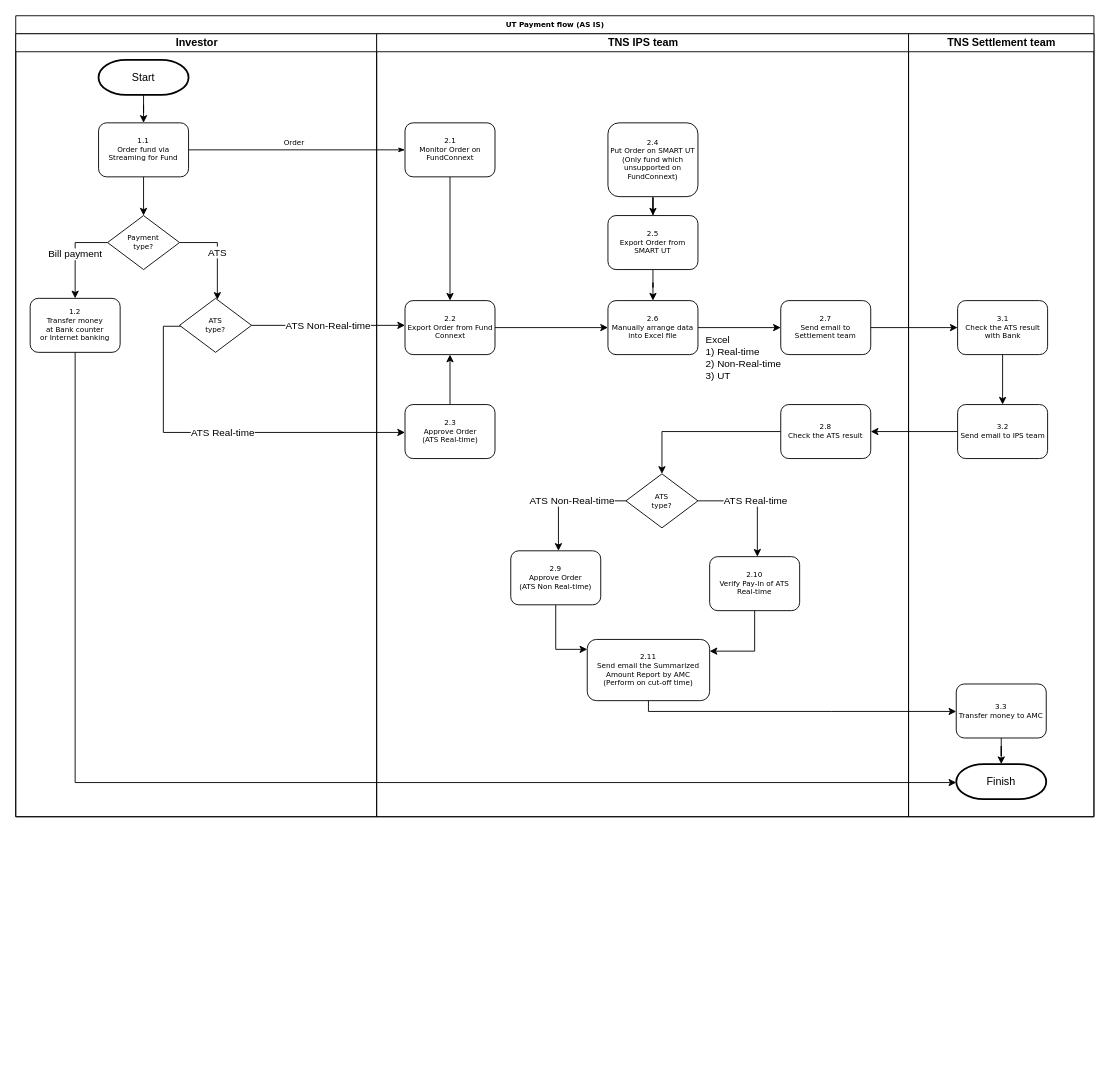
The draw.io diagram page "Payment-AS-IS" (3 of 5) of UT Diagram.drawio in peerapongdev/diagrams, before the edit. Source tidied: cells renumbered, new cells numbered last; positions are measured from the earlier drawing's top-left corner, leaving out a move shared by most shapes. Both pictures are drawn from the tidied source at 90%, with x=0, y=0 at pixel (15, 15).
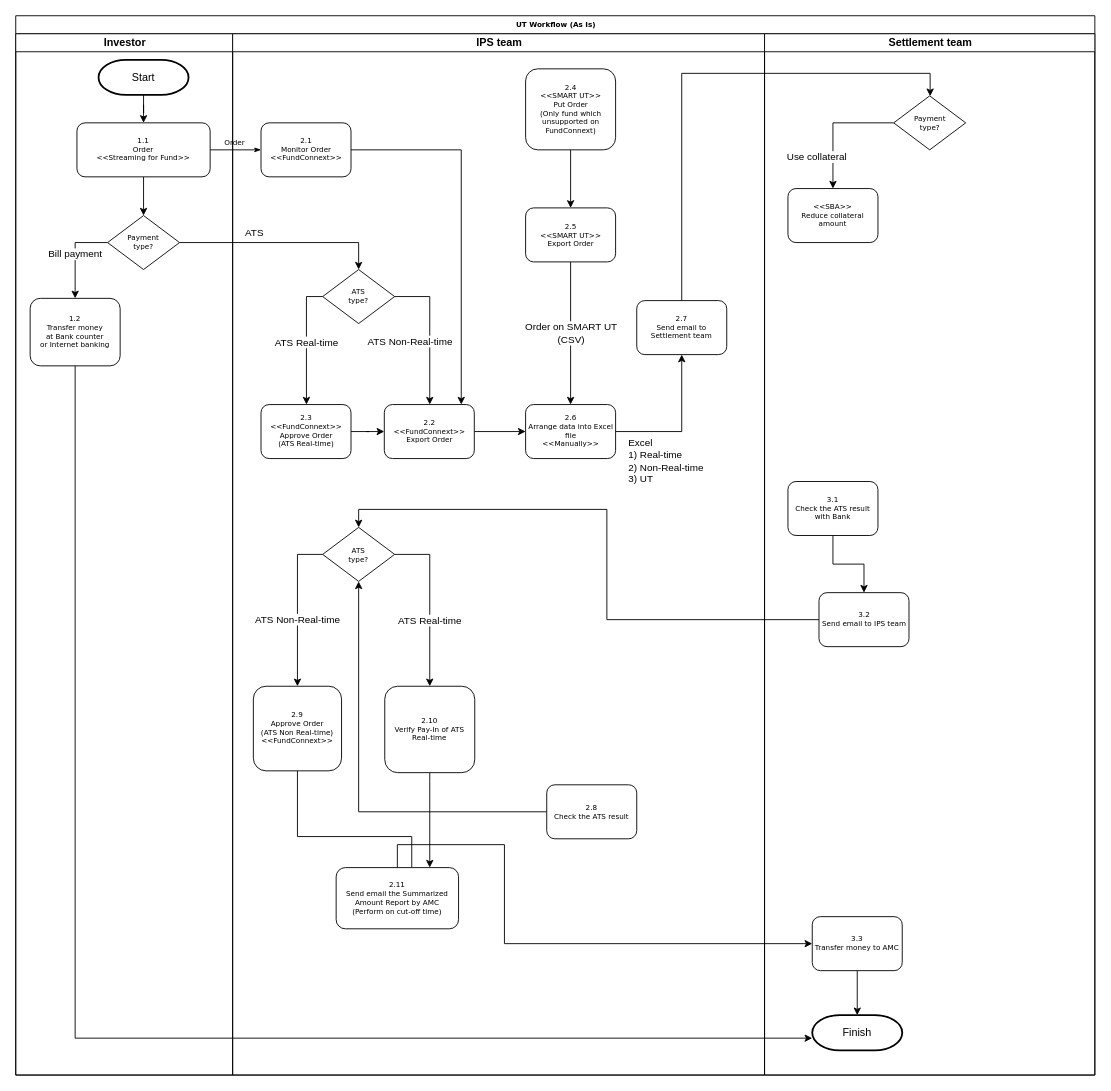
Above is the later version.

Unchanged cells that the change refers to:
```xml
<mxCell id="9" value="Payment&lt;br&gt;type?" style="rhombus;whiteSpace=wrap;html=1;rounded=0;shadow=0;labelBackgroundColor=none;strokeColor=#000000;strokeWidth=1;fillColor=#ffffff;fontFamily=Verdana;fontSize=8;fontColor=#000000;align=center;" parent="4" vertex="1">
  <mxGeometry x="102" y="202" width="80" height="60" as="geometry" />
</mxCell>
<mxCell id="24" value="2.7&lt;br&gt;Send email to Settlement team" style="rounded=1;whiteSpace=wrap;html=1;shadow=0;labelBackgroundColor=none;strokeColor=#000000;strokeWidth=1;fillColor=#ffffff;fontFamily=Verdana;fontSize=8;fontColor=#000000;align=center;" parent="15" vertex="1">
  <mxGeometry x="449" y="296.5" width="100" height="60" as="geometry" />
</mxCell>
```

Change to the diagram source:
```diff
@@
-    <mxCell id="2" value="UT Payment flow (AS IS)" style="swimlane;html=1;startSize=20;rounded=0;shadow=0;labelBackgroundColor=none;strokeColor=#000000;strokeWidth=1;fillColor=#ffffff;fontFamily=Verdana;fontSize=8;fontColor=#000000;align=center;" parent="1" vertex="1">
-      <mxGeometry width="1198" height="890" as="geometry" />
+    <mxCell id="2" value="UT Workflow (As Is)" style="swimlane;html=1;startSize=20;rounded=0;shadow=0;labelBackgroundColor=none;strokeColor=#000000;strokeWidth=1;fillColor=#ffffff;fontFamily=Verdana;fontSize=8;fontColor=#000000;align=center;" parent="1" vertex="1">
+      <mxGeometry width="1199" height="1177" as="geometry" />
     </mxCell>
@@
     <mxCell id="4" value="Investor" style="swimlane;html=1;startSize=20;" parent="2" vertex="1">
-      <mxGeometry y="20" width="401" height="870" as="geometry" />
+      <mxGeometry y="20" width="241" height="1157" as="geometry" />
     </mxCell>
@@
-    <mxCell id="6" value="1.1&lt;br&gt;Order fund via Streaming for Fund" style="rounded=1;whiteSpace=wrap;html=1;shadow=0;labelBackgroundColor=none;strokeColor=#000000;strokeWidth=1;fillColor=#ffffff;fontFamily=Verdana;fontSize=8;fontColor=#000000;align=center;" parent="4" vertex="1">
-      <mxGeometry x="92" y="99" width="100" height="60" as="geometry" />
+    <mxCell id="6" value="1.1&lt;br&gt;Order &lt;br&gt;&amp;lt;&amp;lt;Streaming for Fund&amp;gt;&amp;gt;" style="rounded=1;whiteSpace=wrap;html=1;shadow=0;labelBackgroundColor=none;strokeColor=#000000;strokeWidth=1;fillColor=#ffffff;fontFamily=Verdana;fontSize=8;fontColor=#000000;align=center;" parent="4" vertex="1">
+      <mxGeometry x="68" y="99" width="148" height="60" as="geometry" />
     </mxCell>
@@
-    <mxCell id="8" value="ATS" style="edgeStyle=orthogonalEdgeStyle;rounded=0;jettySize=auto;html=1;" parent="4" edge="1" source="9" target="11">
-      <mxGeometry relative="1" as="geometry">
-        <Array as="points">
-          <mxPoint x="224" y="232" />
-        </Array>
-      </mxGeometry>
-    </mxCell>
@@
     <mxCell id="10" value="1.2&lt;br&gt;Transfer money &lt;br&gt;at Bank counter&lt;br&gt;or Internet banking&lt;br&gt;" style="rounded=1;whiteSpace=wrap;html=1;shadow=0;labelBackgroundColor=none;strokeColor=#000000;strokeWidth=1;fillColor=#ffffff;fontFamily=Verdana;fontSize=8;fontColor=#000000;align=center;" parent="4" vertex="1">
-      <mxGeometry x="16" y="294" width="100" height="60" as="geometry" />
+      <mxGeometry x="16" y="294" width="100" height="75" as="geometry" />
     </mxCell>
-    <mxCell id="11" value="ATS&lt;br&gt;type?" style="rhombus;whiteSpace=wrap;html=1;rounded=0;shadow=0;labelBackgroundColor=none;strokeColor=#000000;strokeWidth=1;fillColor=#ffffff;fontFamily=Verdana;fontSize=8;fontColor=#000000;align=center;" parent="4" vertex="1">
-      <mxGeometry x="182" y="294" width="80" height="60" as="geometry" />
-    </mxCell>
@@
-    <mxCell id="14" style="edgeStyle=orthogonalEdgeStyle;rounded=0;jettySize=auto;html=1;" parent="2" edge="1" source="42" target="26">
+    <mxCell id="14" style="edgeStyle=orthogonalEdgeStyle;rounded=0;jettySize=auto;html=1;entryX=0.5;entryY=0;entryDx=0;entryDy=0;" parent="2" edge="1" source="42" target="29">
       <mxGeometry relative="1" as="geometry" />
     </mxCell>
-    <mxCell id="15" value="TNS IPS team" style="swimlane;html=1;startSize=20;" parent="2" vertex="1">
-      <mxGeometry x="401" y="20" width="591" height="870" as="geometry" />
+    <mxCell id="15" value="IPS team" style="swimlane;html=1;startSize=20;" parent="2" vertex="1">
+      <mxGeometry x="241" y="20" width="591" height="1157" as="geometry" />
     </mxCell>
     <mxCell id="16" style="edgeStyle=orthogonalEdgeStyle;rounded=0;jettySize=auto;html=1;" parent="15" edge="1" source="17" target="21">
-      <mxGeometry relative="1" as="geometry" />
+      <mxGeometry relative="1" as="geometry">
+        <Array as="points">
+          <mxPoint x="254" y="129" />
+        </Array>
+      </mxGeometry>
     </mxCell>
-    <mxCell id="17" value="2.1&lt;br&gt;Monitor Order on FundConnext" style="rounded=1;whiteSpace=wrap;html=1;shadow=0;labelBackgroundColor=none;strokeColor=#000000;strokeWidth=1;fillColor=#ffffff;fontFamily=Verdana;fontSize=8;fontColor=#000000;align=center;" parent="15" vertex="1">
+    <mxCell id="17" value="2.1&lt;br&gt;Monitor Order&lt;br&gt;&amp;lt;&amp;lt;FundConnext&amp;gt;&amp;gt;" style="rounded=1;whiteSpace=wrap;html=1;shadow=0;labelBackgroundColor=none;strokeColor=#000000;strokeWidth=1;fillColor=#ffffff;fontFamily=Verdana;fontSize=8;fontColor=#000000;align=center;" parent="15" vertex="1">
       <mxGeometry x="31.5" y="99" width="100" height="60" as="geometry" />
     </mxCell>
@@
-    <mxCell id="19" value="2.3&lt;br&gt;Approve Order&lt;br&gt;(ATS Real-time)&lt;br&gt;" style="rounded=1;whiteSpace=wrap;html=1;shadow=0;labelBackgroundColor=none;strokeColor=#000000;strokeWidth=1;fillColor=#ffffff;fontFamily=Verdana;fontSize=8;fontColor=#000000;align=center;" parent="15" vertex="1">
+    <mxCell id="19" value="2.3&lt;br&gt;&lt;span&gt;&amp;lt;&amp;lt;FundConnext&amp;gt;&amp;gt;&lt;/span&gt;&lt;br&gt;Approve Order&lt;br&gt;(ATS Real-time)&lt;br&gt;" style="rounded=1;whiteSpace=wrap;html=1;shadow=0;labelBackgroundColor=none;strokeColor=#000000;strokeWidth=1;fillColor=#ffffff;fontFamily=Verdana;fontSize=8;fontColor=#000000;align=center;" parent="15" vertex="1">
       <mxGeometry x="31.5" y="412" width="100" height="60" as="geometry" />
     </mxCell>
     <mxCell id="20" style="edgeStyle=orthogonalEdgeStyle;rounded=0;jettySize=auto;html=1;" parent="15" edge="1" source="21" target="23">
-      <mxGeometry relative="1" as="geometry" />
+      <mxGeometry relative="1" as="geometry">
+        <Array as="points">
+          <mxPoint x="367" y="442" />
+        </Array>
+      </mxGeometry>
     </mxCell>
-    <mxCell id="21" value="2.2&lt;br&gt;Export Order from Fund Connext" style="rounded=1;whiteSpace=wrap;html=1;shadow=0;labelBackgroundColor=none;strokeColor=#000000;strokeWidth=1;fillColor=#ffffff;fontFamily=Verdana;fontSize=8;fontColor=#000000;align=center;" parent="15" vertex="1">
-      <mxGeometry x="31.5" y="296.5" width="100" height="60" as="geometry" />
+    <mxCell id="21" value="2.2&lt;br&gt;&lt;span&gt;&amp;lt;&amp;lt;FundConnext&amp;gt;&amp;gt;&lt;/span&gt;&lt;br&gt;Export Order&lt;br&gt;" style="rounded=1;whiteSpace=wrap;html=1;shadow=0;labelBackgroundColor=none;strokeColor=#000000;strokeWidth=1;fillColor=#ffffff;fontFamily=Verdana;fontSize=8;fontColor=#000000;align=center;" parent="15" vertex="1">
+      <mxGeometry x="168.5" y="412" width="100" height="60" as="geometry" />
     </mxCell>
@@
-    <mxCell id="23" value="2.6&lt;br&gt;Manually arrange data into Excel file" style="rounded=1;whiteSpace=wrap;html=1;shadow=0;labelBackgroundColor=none;strokeColor=#000000;strokeWidth=1;fillColor=#ffffff;fontFamily=Verdana;fontSize=8;fontColor=#000000;align=center;" parent="15" vertex="1">
-      <mxGeometry x="257" y="296.5" width="100" height="60" as="geometry" />
+    <mxCell id="23" value="2.6&lt;br&gt;Arrange data into Excel file&lt;br&gt;&amp;lt;&amp;lt;&lt;span&gt;Manually&amp;gt;&amp;gt;&lt;/span&gt;&lt;br&gt;" style="rounded=1;whiteSpace=wrap;html=1;shadow=0;labelBackgroundColor=none;strokeColor=#000000;strokeWidth=1;fillColor=#ffffff;fontFamily=Verdana;fontSize=8;fontColor=#000000;align=center;" parent="15" vertex="1">
+      <mxGeometry x="325.5" y="412" width="100" height="60" as="geometry" />
     </mxCell>
@@
     <mxCell id="26" value="2.8&lt;br&gt;Check the ATS result" style="rounded=1;whiteSpace=wrap;html=1;shadow=0;labelBackgroundColor=none;strokeColor=#000000;strokeWidth=1;fillColor=#ffffff;fontFamily=Verdana;fontSize=8;fontColor=#000000;align=center;" parent="15" vertex="1">
-      <mxGeometry x="449" y="412" width="100" height="60" as="geometry" />
+      <mxGeometry x="349" y="834.5" width="100" height="60" as="geometry" />
     </mxCell>
     <mxCell id="27" value="ATS Non-Real-time" style="edgeStyle=orthogonalEdgeStyle;rounded=0;jettySize=auto;html=1;" parent="15" edge="1" source="29" target="31">
-      <mxGeometry x="-0.08" relative="1" as="geometry">
+      <mxGeometry x="-0.15" y="26" relative="1" as="geometry">
         <Array as="points">
-          <mxPoint x="202" y="519" />
+          <mxPoint x="72" y="579" />
         </Array>
+        <mxPoint x="-26" y="26" as="offset" />
       </mxGeometry>
     </mxCell>
     <mxCell id="28" value="ATS Real-time" style="edgeStyle=orthogonalEdgeStyle;rounded=0;jettySize=auto;html=1;" parent="15" edge="1" source="29" target="38">
-      <mxGeometry relative="1" as="geometry">
+      <mxGeometry x="0.21" relative="1" as="geometry">
         <Array as="points">
-          <mxPoint x="423" y="519" />
+          <mxPoint x="219" y="579" />
         </Array>
       </mxGeometry>
     </mxCell>
     <mxCell id="29" value="ATS&lt;br&gt;type?" style="rhombus;whiteSpace=wrap;html=1;rounded=0;shadow=0;labelBackgroundColor=none;strokeColor=#000000;strokeWidth=1;fillColor=#ffffff;fontFamily=Verdana;fontSize=8;fontColor=#000000;align=center;" parent="15" vertex="1">
-      <mxGeometry x="277" y="489" width="80" height="60" as="geometry" />
+      <mxGeometry x="100" y="548.5" width="80" height="60" as="geometry" />
     </mxCell>
-    <mxCell id="30" style="edgeStyle=orthogonalEdgeStyle;rounded=0;jettySize=auto;html=1;" parent="15" edge="1" source="31" target="36">
+    <mxCell id="30" style="edgeStyle=orthogonalEdgeStyle;rounded=0;jettySize=auto;html=1;entryX=0;entryY=0.5;entryDx=0;entryDy=0;" parent="15" edge="1" source="31" target="36">
       <mxGeometry relative="1" as="geometry">
         <Array as="points">
-          <mxPoint x="199" y="684" />
+          <mxPoint x="199" y="892" />
         </Array>
       </mxGeometry>
     </mxCell>
-    <mxCell id="31" value="2.9&lt;br&gt;Approve Order&lt;br&gt;(ATS Non Real-time)&lt;br&gt;" style="rounded=1;whiteSpace=wrap;html=1;shadow=0;labelBackgroundColor=none;strokeColor=#000000;strokeWidth=1;fillColor=#ffffff;fontFamily=Verdana;fontSize=8;fontColor=#000000;align=center;" parent="15" vertex="1">
-      <mxGeometry x="149" y="574.5" width="100" height="60" as="geometry" />
+    <mxCell id="31" value="2.9&lt;br&gt;Approve Order&lt;br&gt;(ATS Non Real-time)&lt;br&gt;&lt;span&gt;&amp;lt;&amp;lt;FundConnext&amp;gt;&amp;gt;&lt;/span&gt;&lt;br&gt;" style="rounded=1;whiteSpace=wrap;html=1;shadow=0;labelBackgroundColor=none;strokeColor=#000000;strokeWidth=1;fillColor=#ffffff;fontFamily=Verdana;fontSize=8;fontColor=#000000;align=center;" parent="15" vertex="1">
+      <mxGeometry x="23" y="725" width="98" height="94" as="geometry" />
     </mxCell>
-    <mxCell id="32" style="edgeStyle=orthogonalEdgeStyle;rounded=0;jettySize=auto;html=1;" parent="15" edge="1" source="33" target="23">
+    <mxCell id="32" value="Order on SMART UT&lt;br&gt;(CSV)&lt;br&gt;" style="edgeStyle=orthogonalEdgeStyle;rounded=0;jettySize=auto;html=1;" parent="15" edge="1" source="33" target="23">
       <mxGeometry relative="1" as="geometry" />
     </mxCell>
-    <mxCell id="33" value="2.5&lt;br&gt;Export Order from SMART UT" style="rounded=1;whiteSpace=wrap;html=1;shadow=0;labelBackgroundColor=none;strokeColor=#000000;strokeWidth=1;fillColor=#ffffff;fontFamily=Verdana;fontSize=8;fontColor=#000000;align=center;" parent="15" vertex="1">
-      <mxGeometry x="257" y="202" width="100" height="60" as="geometry" />
+    <mxCell id="33" value="2.5&lt;br&gt;&amp;lt;&amp;lt;SMART UT&amp;gt;&amp;gt;&lt;br&gt;Export Order" style="rounded=1;whiteSpace=wrap;html=1;shadow=0;labelBackgroundColor=none;strokeColor=#000000;strokeWidth=1;fillColor=#ffffff;fontFamily=Verdana;fontSize=8;fontColor=#000000;align=center;" parent="15" vertex="1">
+      <mxGeometry x="325.5" y="193.5" width="100" height="60" as="geometry" />
     </mxCell>
@@
-    <mxCell id="35" value="2.4&lt;br&gt;Put Order on SMART UT&lt;br&gt;(Only fund which unsupported on FundConnext)&lt;br&gt;" style="rounded=1;whiteSpace=wrap;html=1;shadow=0;labelBackgroundColor=none;strokeColor=#000000;strokeWidth=1;fillColor=#ffffff;fontFamily=Verdana;fontSize=8;fontColor=#000000;align=center;" parent="15" vertex="1">
-      <mxGeometry x="257" y="99" width="100" height="82" as="geometry" />
+    <mxCell id="35" value="2.4&lt;br&gt;&amp;lt;&amp;lt;SMART UT&amp;gt;&amp;gt;&lt;br&gt;Put Order&lt;br&gt;(Only fund which unsupported on FundConnext)&lt;br&gt;" style="rounded=1;whiteSpace=wrap;html=1;shadow=0;labelBackgroundColor=none;strokeColor=#000000;strokeWidth=1;fillColor=#ffffff;fontFamily=Verdana;fontSize=8;fontColor=#000000;align=center;" parent="15" vertex="1">
+      <mxGeometry x="325.5" y="39" width="100" height="90" as="geometry" />
     </mxCell>
     <mxCell id="36" value="2.11&lt;br&gt;Send email the Summarized Amount Report by AMC &lt;br&gt;(Perform on cut-off time)" style="rounded=1;whiteSpace=wrap;html=1;shadow=0;labelBackgroundColor=none;strokeColor=#000000;strokeWidth=1;fillColor=#ffffff;fontFamily=Verdana;fontSize=8;fontColor=#000000;align=center;" parent="15" vertex="1">
-      <mxGeometry x="234" y="673" width="136" height="68" as="geometry" />
+      <mxGeometry x="115" y="926.5" width="136" height="68" as="geometry" />
     </mxCell>
     <mxCell id="37" style="edgeStyle=orthogonalEdgeStyle;rounded=0;jettySize=auto;html=1;" parent="15" edge="1" source="38" target="36">
       <mxGeometry relative="1" as="geometry">
         <Array as="points">
-          <mxPoint x="420" y="686" />
+          <mxPoint x="219" y="831" />
+          <mxPoint x="219" y="831" />
         </Array>
       </mxGeometry>
     </mxCell>
     <mxCell id="38" value="2.10&lt;br&gt;Verify Pay-In of ATS Real-time&lt;br&gt;" style="rounded=1;whiteSpace=wrap;html=1;shadow=0;labelBackgroundColor=none;strokeColor=#000000;strokeWidth=1;fillColor=#ffffff;fontFamily=Verdana;fontSize=8;fontColor=#000000;align=center;" parent="15" vertex="1">
-      <mxGeometry x="370" y="581" width="100" height="60" as="geometry" />
+      <mxGeometry x="169" y="725" width="100" height="96" as="geometry" />
     </mxCell>
+    <mxCell id="11" value="ATS&lt;br&gt;type?" style="rhombus;whiteSpace=wrap;html=1;rounded=0;shadow=0;labelBackgroundColor=none;strokeColor=#000000;strokeWidth=1;fillColor=#ffffff;fontFamily=Verdana;fontSize=8;fontColor=#000000;align=center;" parent="15" vertex="1">
+      <mxGeometry x="100" y="262" width="80" height="60" as="geometry" />
+    </mxCell>
+    <mxCell id="46" value="ATS Real-time" style="edgeStyle=orthogonalEdgeStyle;rounded=0;jettySize=auto;html=1;exitX=0;exitY=0.5;exitDx=0;exitDy=0;" parent="15" edge="1" source="11" target="19">
+      <mxGeometry relative="1" as="geometry">
+        <Array as="points">
+          <mxPoint x="82" y="292" />
+        </Array>
+      </mxGeometry>
+    </mxCell>
+    <mxCell id="47" value="ATS Non-Real-time" style="edgeStyle=orthogonalEdgeStyle;rounded=0;jettySize=auto;html=1;" parent="15" edge="1" source="11" target="21">
+      <mxGeometry x="0.12" y="-22" relative="1" as="geometry">
+        <Array as="points">
+          <mxPoint x="219" y="292" />
+        </Array>
+      </mxGeometry>
+    </mxCell>
-    <mxCell id="39" value="TNS Settlement team" style="swimlane;html=1;startSize=20;" parent="2" vertex="1">
-      <mxGeometry x="992" y="20" width="206" height="870" as="geometry" />
+    <mxCell id="39" value="Settlement team" style="swimlane;html=1;startSize=20;" parent="2" vertex="1">
+      <mxGeometry x="832" y="20" width="367" height="1157" as="geometry" />
     </mxCell>
@@
     <mxCell id="41" value="3.1&lt;br&gt;Check the ATS result with Bank" style="rounded=1;whiteSpace=wrap;html=1;shadow=0;labelBackgroundColor=none;strokeColor=#000000;strokeWidth=1;fillColor=#ffffff;fontFamily=Verdana;fontSize=8;fontColor=#000000;align=center;" parent="39" vertex="1">
-      <mxGeometry x="54.5" y="296.5" width="100" height="60" as="geometry" />
+      <mxGeometry x="26" y="497.5" width="100" height="60" as="geometry" />
     </mxCell>
     <mxCell id="42" value="3.2&lt;br&gt;Send email to IPS team" style="rounded=1;whiteSpace=wrap;html=1;shadow=0;labelBackgroundColor=none;strokeColor=#000000;strokeWidth=1;fillColor=#ffffff;fontFamily=Verdana;fontSize=8;fontColor=#000000;align=center;" parent="39" vertex="1">
-      <mxGeometry x="54.5" y="412" width="100" height="60" as="geometry" />
+      <mxGeometry x="60.5" y="621" width="100" height="60" as="geometry" />
     </mxCell>
@@
     <mxCell id="44" value="3.3&lt;br&gt;Transfer money to AMC" style="rounded=1;whiteSpace=wrap;html=1;shadow=0;labelBackgroundColor=none;strokeColor=#000000;strokeWidth=1;fillColor=#ffffff;fontFamily=Verdana;fontSize=8;fontColor=#000000;align=center;" parent="39" vertex="1">
-      <mxGeometry x="53" y="722.5" width="100" height="60" as="geometry" />
+      <mxGeometry x="53" y="981" width="100" height="60" as="geometry" />
     </mxCell>
     <mxCell id="45" value="Finish" style="strokeWidth=2;html=1;shape=mxgraph.flowchart.terminator;whiteSpace=wrap;" parent="39" vertex="1">
-      <mxGeometry x="53" y="811.5" width="100" height="39" as="geometry" />
+      <mxGeometry x="53" y="1090.5" width="100" height="39" as="geometry" />
     </mxCell>
-    <mxCell id="46" value="ATS Real-time" style="edgeStyle=orthogonalEdgeStyle;rounded=0;jettySize=auto;html=1;" parent="2" edge="1" source="11" target="19">
-      <mxGeometry relative="1" as="geometry">
-        <Array as="points">
-          <mxPoint x="164" y="345" />
-          <mxPoint x="164" y="463" />
-        </Array>
-      </mxGeometry>
-    </mxCell>
-    <mxCell id="47" value="ATS Non-Real-time" style="edgeStyle=orthogonalEdgeStyle;rounded=0;jettySize=auto;html=1;" parent="2" edge="1" source="11" target="21">
-      <mxGeometry relative="1" as="geometry">
-        <Array as="points">
-          <mxPoint x="446" y="345" />
-          <mxPoint x="446" y="345" />
-        </Array>
-      </mxGeometry>
-    </mxCell>
+    <mxCell id="51" value="Use collateral" style="edgeStyle=orthogonalEdgeStyle;rounded=0;jettySize=auto;html=1;" parent="39" edge="1" source="52" target="53">
+      <mxGeometry x="-0.04" y="19" relative="1" as="geometry">
+        <Array as="points">
+          <mxPoint x="76" y="99" />
+        </Array>
+        <mxPoint x="-19" y="19" as="offset" />
+      </mxGeometry>
+    </mxCell>
+    <mxCell id="52" value="Payment&lt;br&gt;type?" style="rhombus;whiteSpace=wrap;html=1;rounded=0;shadow=0;labelBackgroundColor=none;strokeColor=#000000;strokeWidth=1;fillColor=#ffffff;fontFamily=Verdana;fontSize=8;fontColor=#000000;align=center;" parent="39" vertex="1">
+      <mxGeometry x="143.5" y="69" width="80" height="60" as="geometry" />
+    </mxCell>
+    <mxCell id="53" value="&lt;span&gt;&amp;lt;&amp;lt;SBA&amp;gt;&amp;gt;&lt;/span&gt;&lt;br&gt;Reduce collateral amount&lt;br&gt;" style="rounded=1;whiteSpace=wrap;html=1;shadow=0;labelBackgroundColor=none;strokeColor=#000000;strokeWidth=1;fillColor=#ffffff;fontFamily=Verdana;fontSize=8;fontColor=#000000;align=center;" parent="39" vertex="1">
+      <mxGeometry x="26" y="172" width="100" height="60" as="geometry" />
+    </mxCell>
-    <mxCell id="48" style="edgeStyle=orthogonalEdgeStyle;rounded=0;jettySize=auto;html=1;" parent="2" edge="1" source="24" target="41">
-      <mxGeometry relative="1" as="geometry" />
+    <mxCell id="48" style="edgeStyle=orthogonalEdgeStyle;rounded=0;jettySize=auto;html=1;" parent="2" edge="1" source="24" target="52">
+      <mxGeometry relative="1" as="geometry">
+        <Array as="points">
+          <mxPoint x="740" y="64" />
+          <mxPoint x="1016" y="64" />
+        </Array>
+      </mxGeometry>
     </mxCell>
     <mxCell id="49" style="edgeStyle=orthogonalEdgeStyle;rounded=0;jettySize=auto;html=1;" parent="2" edge="1" source="36" target="44">
       <mxGeometry relative="1" as="geometry">
         <Array as="points">
-          <mxPoint x="906" y="773" />
-          <mxPoint x="906" y="773" />
+          <mxPoint x="543" y="921" />
         </Array>
       </mxGeometry>
     </mxCell>
     <mxCell id="50" style="edgeStyle=orthogonalEdgeStyle;rounded=0;jettySize=auto;html=1;" parent="2" edge="1" source="10" target="45">
       <mxGeometry relative="1" as="geometry">
         <Array as="points">
-          <mxPoint x="66" y="852" />
+          <mxPoint x="66" y="1136" />
         </Array>
       </mxGeometry>
     </mxCell>
+    <mxCell id="8" value="ATS" style="edgeStyle=orthogonalEdgeStyle;rounded=0;jettySize=auto;html=1;entryX=0.5;entryY=0;entryDx=0;entryDy=0;" parent="2" edge="1" source="9" target="11">
+      <mxGeometry x="-0.16" y="17" relative="1" as="geometry">
+        <Array as="points">
+          <mxPoint x="381" y="252" />
+        </Array>
+        <mxPoint x="-13" y="6" as="offset" />
+      </mxGeometry>
+    </mxCell>
```
